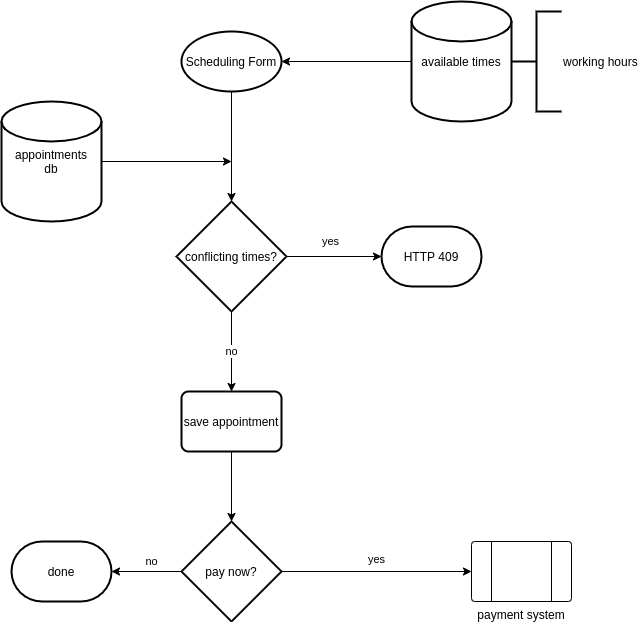
The draw.io diagram diagrams/systems_diagrams/scheduling.png in jimmoua/4043-thanos-tech, before a commit. Source tidied: cells renumbered, new cells last; positions are measured from the earlier drawing's top-left corner, leaving out a move shared by most shapes. Its diagram source:
```xml
<mxGraphModel>
  <root>
    <mxCell id="0" />
    <mxCell id="1" parent="0" />
    <mxCell id="2" style="edgeStyle=orthogonalEdgeStyle;rounded=0;jettySize=auto;html=1;" parent="1" edge="1" source="3" target="5">
      <mxGeometry relative="1" as="geometry" />
    </mxCell>
    <mxCell id="3" value="available times" style="strokeWidth=2;html=1;shape=mxgraph.flowchart.database;whiteSpace=wrap;" parent="1" vertex="1">
      <mxGeometry x="410" width="100" height="120" as="geometry" />
    </mxCell>
    <mxCell id="4" style="edgeStyle=orthogonalEdgeStyle;rounded=0;jettySize=auto;html=1;" parent="1" edge="1" source="5" target="8">
      <mxGeometry relative="1" as="geometry" />
    </mxCell>
    <mxCell id="5" value="Scheduling Form" style="strokeWidth=2;html=1;shape=mxgraph.flowchart.start_1;whiteSpace=wrap;" parent="1" vertex="1">
      <mxGeometry x="180" y="30" width="100" height="60" as="geometry" />
    </mxCell>
    <mxCell id="6" value="yes" style="edgeStyle=orthogonalEdgeStyle;rounded=0;jettySize=auto;html=1;" parent="1" edge="1" source="8" target="12">
      <mxGeometry x="-0.07" y="15" relative="1" as="geometry" />
    </mxCell>
    <mxCell id="7" value="no" style="edgeStyle=orthogonalEdgeStyle;rounded=0;jettySize=auto;html=1;" parent="1" edge="1" source="8" target="14">
      <mxGeometry relative="1" as="geometry" />
    </mxCell>
    <mxCell id="8" value="conflicting times?" style="strokeWidth=2;html=1;shape=mxgraph.flowchart.decision;whiteSpace=wrap;" parent="1" vertex="1">
      <mxGeometry x="175" y="200" width="110" height="110" as="geometry" />
    </mxCell>
    <mxCell id="9" style="edgeStyle=orthogonalEdgeStyle;rounded=0;jettySize=auto;html=1;" parent="1" edge="1" source="10">
      <mxGeometry relative="1" as="geometry">
        <mxPoint x="230" y="160" as="targetPoint" />
      </mxGeometry>
    </mxCell>
    <mxCell id="10" value="appointments&lt;br&gt;db" style="strokeWidth=2;html=1;shape=mxgraph.flowchart.database;whiteSpace=wrap;" parent="1" vertex="1">
      <mxGeometry y="100" width="100" height="120" as="geometry" />
    </mxCell>
    <mxCell id="11" value="working hours" style="strokeWidth=2;html=1;shape=mxgraph.flowchart.annotation_2;align=left;labelPosition=right;" parent="1" vertex="1">
      <mxGeometry x="510" y="10" width="50" height="100" as="geometry" />
    </mxCell>
    <mxCell id="12" value="HTTP 409" style="strokeWidth=2;html=1;shape=mxgraph.flowchart.terminator;whiteSpace=wrap;" parent="1" vertex="1">
      <mxGeometry x="380" y="225" width="100" height="60" as="geometry" />
    </mxCell>
    <mxCell id="13" style="edgeStyle=orthogonalEdgeStyle;rounded=0;jettySize=auto;html=1;" parent="1" edge="1" source="14" target="17">
      <mxGeometry relative="1" as="geometry" />
    </mxCell>
    <mxCell id="14" value="save appointment" style="rounded=1;whiteSpace=wrap;html=1;absoluteArcSize=1;arcSize=14;strokeWidth=2;fontFamily=Helvetica;fontSize=12;fontColor=#000000;align=center;strokeColor=#000000;fillColor=#ffffff;" parent="1" vertex="1">
      <mxGeometry x="180" y="390" width="100" height="60" as="geometry" />
    </mxCell>
    <mxCell id="15" value="yes" style="edgeStyle=orthogonalEdgeStyle;rounded=0;jettySize=auto;html=1;" parent="1" edge="1" source="17" target="19">
      <mxGeometry y="12" relative="1" as="geometry" />
    </mxCell>
    <mxCell id="16" value="no" style="edgeStyle=orthogonalEdgeStyle;rounded=0;jettySize=auto;html=1;" parent="1" edge="1" source="17" target="18">
      <mxGeometry x="-0.14" y="-10" relative="1" as="geometry" />
    </mxCell>
    <mxCell id="17" value="pay now?" style="strokeWidth=2;html=1;shape=mxgraph.flowchart.decision;whiteSpace=wrap;" parent="1" vertex="1">
      <mxGeometry x="180" y="520" width="100" height="100" as="geometry" />
    </mxCell>
    <mxCell id="18" value="done" style="strokeWidth=2;html=1;shape=mxgraph.flowchart.terminator;whiteSpace=wrap;" parent="1" vertex="1">
      <mxGeometry x="10" y="540" width="100" height="60" as="geometry" />
    </mxCell>
    <mxCell id="19" value="payment system" style="verticalLabelPosition=bottom;verticalAlign=top;html=1;shape=process;whiteSpace=wrap;rounded=1;size=0.2;arcSize=6;" parent="1" vertex="1">
      <mxGeometry x="470" y="540" width="100" height="60" as="geometry" />
    </mxCell>
  </root>
</mxGraphModel>
```
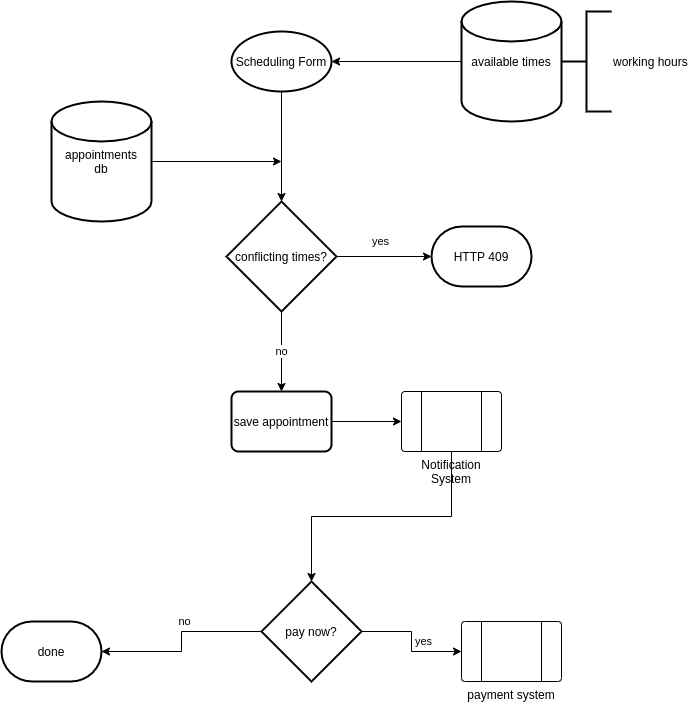
Above is the later version.

Commit message:
added notification process to scheduling

Diff of the diagram source:
```diff
@@ -37,9 +37,9 @@
     <mxCell id="12" value="HTTP 409" style="strokeWidth=2;html=1;shape=mxgraph.flowchart.terminator;whiteSpace=wrap;" parent="1" vertex="1">
       <mxGeometry x="380" y="225" width="100" height="60" as="geometry" />
     </mxCell>
-    <mxCell id="13" style="edgeStyle=orthogonalEdgeStyle;rounded=0;jettySize=auto;html=1;" parent="1" edge="1" source="14" target="17">
-      <mxGeometry relative="1" as="geometry" />
-    </mxCell>
+    <mxCell id="20" parent="1" edge="1" source="14" target="22">
+      <mxGeometry relative="1" as="geometry" />
+    </mxCell>
     <mxCell id="14" value="save appointment" style="rounded=1;whiteSpace=wrap;html=1;absoluteArcSize=1;arcSize=14;strokeWidth=2;fontFamily=Helvetica;fontSize=12;fontColor=#000000;align=center;strokeColor=#000000;fillColor=#ffffff;" parent="1" vertex="1">
       <mxGeometry x="180" y="390" width="100" height="60" as="geometry" />
     </mxCell>
@@ -50,13 +50,19 @@
       <mxGeometry x="-0.14" y="-10" relative="1" as="geometry" />
     </mxCell>
     <mxCell id="17" value="pay now?" style="strokeWidth=2;html=1;shape=mxgraph.flowchart.decision;whiteSpace=wrap;" parent="1" vertex="1">
-      <mxGeometry x="180" y="520" width="100" height="100" as="geometry" />
+      <mxGeometry x="210" y="580" width="100" height="100" as="geometry" />
     </mxCell>
     <mxCell id="18" value="done" style="strokeWidth=2;html=1;shape=mxgraph.flowchart.terminator;whiteSpace=wrap;" parent="1" vertex="1">
-      <mxGeometry x="10" y="540" width="100" height="60" as="geometry" />
+      <mxGeometry x="-50" y="620" width="100" height="60" as="geometry" />
     </mxCell>
     <mxCell id="19" value="payment system" style="verticalLabelPosition=bottom;verticalAlign=top;html=1;shape=process;whiteSpace=wrap;rounded=1;size=0.2;arcSize=6;" parent="1" vertex="1">
-      <mxGeometry x="470" y="540" width="100" height="60" as="geometry" />
+      <mxGeometry x="410" y="620" width="100" height="60" as="geometry" />
     </mxCell>
+    <mxCell id="21" style="edgeStyle=orthogonalEdgeStyle;rounded=0;jettySize=auto;html=1;exitX=0.5;exitY=1;exitDx=0;exitDy=0;" parent="1" edge="1" source="22" target="17">
+      <mxGeometry relative="1" as="geometry" />
+    </mxCell>
+    <mxCell id="22" value="Notification System" style="verticalLabelPosition=bottom;verticalAlign=top;html=1;shape=process;whiteSpace=wrap;rounded=1;size=0.2;arcSize=6;" parent="1" vertex="1">
+      <mxGeometry x="350" y="390" width="100" height="60" as="geometry" />
+    </mxCell>
   </root>
 </mxGraphModel>
```
